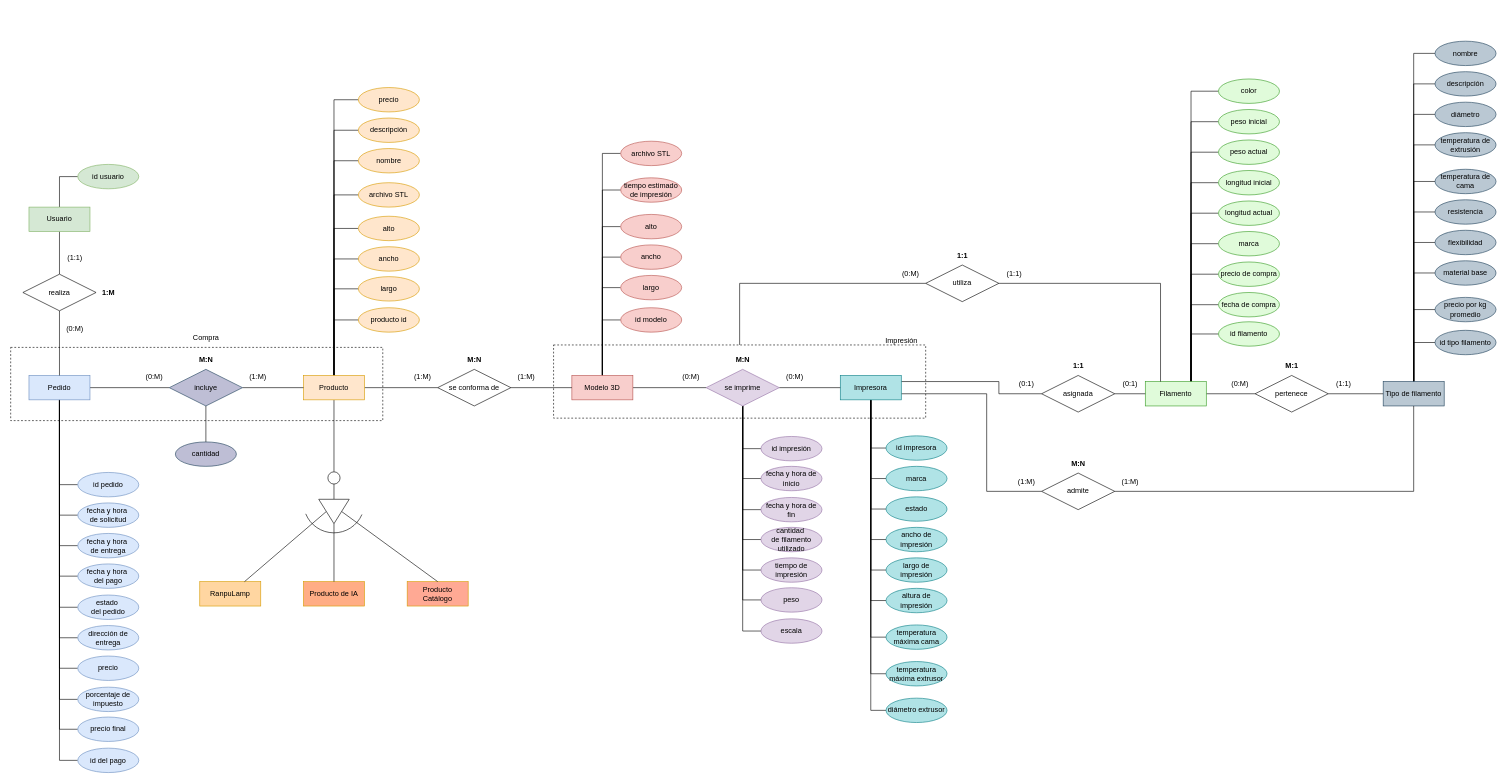
Above: database-diagrams/RanpuDatabaseDiagrams.drawio in RanpuCode/RanpuDocumentation (draw.io), before the change. Source tidied: cells renumbered, new cells numbered last; positions are measured from the earlier drawing's top-left corner, leaving out a move shared by most shapes. Both pictures are drawn from the tidied source at 61%, with x=0, y=0 at pixel (10, 41).
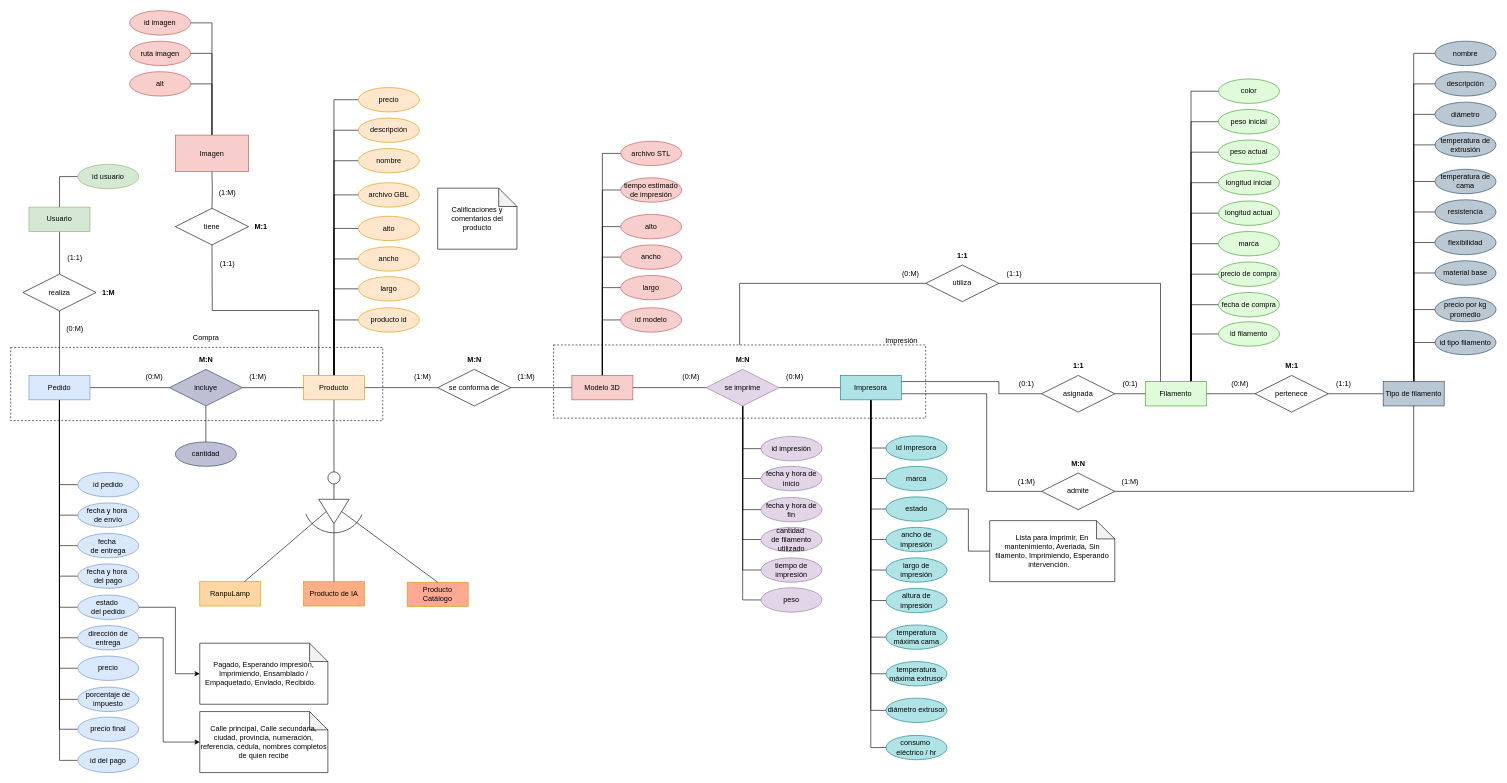
The same page after the edit.

Unchanged cells that the change refers to:
```xml
<mxCell id="14" value="Producto" style="whiteSpace=wrap;html=1;align=center;fillColor=#ffe6cc;strokeColor=#d79b00;" parent="1" vertex="1">
  <mxGeometry x="480" y="548" width="100" height="40" as="geometry" />
</mxCell>
<mxCell id="47" value="Impresora" style="whiteSpace=wrap;html=1;align=center;fillColor=#b0e3e6;strokeColor=#0e8088;" parent="1" vertex="1">
  <mxGeometry x="1360" y="548" width="100" height="40" as="geometry" />
</mxCell>
<mxCell id="119" value="estado" style="ellipse;whiteSpace=wrap;html=1;align=center;fillColor=#b0e3e6;strokeColor=#0e8088;" parent="1" vertex="1">
  <mxGeometry x="1435" y="747" width="100" height="40" as="geometry" />
</mxCell>
<mxCell id="131" value="se imprime" style="shape=rhombus;perimeter=rhombusPerimeter;whiteSpace=wrap;html=1;align=center;fillColor=#e1d5e7;strokeColor=#9673a6;" parent="1" vertex="1">
  <mxGeometry x="1140" y="538" width="120" height="60" as="geometry" />
</mxCell>
<mxCell id="146" value="estado&amp;nbsp;&lt;div&gt;del pedido&lt;/div&gt;" style="ellipse;whiteSpace=wrap;html=1;align=center;fillColor=#dae8fc;strokeColor=#6c8ebf;" parent="1" vertex="1">
  <mxGeometry x="110" y="908" width="100" height="40" as="geometry" />
</mxCell>
<mxCell id="156" value="dirección de entrega" style="ellipse;whiteSpace=wrap;html=1;align=center;fillColor=#dae8fc;strokeColor=#6c8ebf;" parent="1" vertex="1">
  <mxGeometry x="110" y="958" width="100" height="40" as="geometry" />
</mxCell>
```

The edit, as a diff of the source:
```diff
@@
+    <mxCell id="194" style="edgeStyle=orthogonalEdgeStyle;rounded=0;jettySize=auto;html=1;exitX=0.25;exitY=0;exitDx=0;exitDy=0;entryX=0.5;entryY=1;entryDx=0;entryDy=0;endArrow=none;endFill=0;" parent="1" edge="1" source="14">
+      <mxGeometry relative="1" as="geometry">
+        <mxPoint x="330" y="334" as="targetPoint" />
+      </mxGeometry>
+    </mxCell>
@@
     <mxCell id="17" value="Producto Catálogo" style="whiteSpace=wrap;html=1;align=center;fillColor=#FFA994;strokeColor=#d79b00;" parent="1" vertex="1">
-      <mxGeometry x="650" y="886" width="100" height="40" as="geometry" />
+      <mxGeometry x="650" y="887" width="100" height="40" as="geometry" />
     </mxCell>
@@
+    <mxCell id="195" style="edgeStyle=orthogonalEdgeStyle;rounded=0;jettySize=auto;html=1;exitX=0.5;exitY=1;exitDx=0;exitDy=0;entryX=0;entryY=0.5;entryDx=0;entryDy=0;endArrow=none;endFill=0;" parent="1" edge="1" source="47" target="203">
+      <mxGeometry relative="1" as="geometry" />
+    </mxCell>
@@
+    <mxCell id="196" style="edgeStyle=orthogonalEdgeStyle;rounded=0;jettySize=auto;html=1;exitX=1;exitY=0.5;exitDx=0;exitDy=0;endArrow=none;endFill=0;" parent="1" edge="1" source="119" target="202">
+      <mxGeometry relative="1" as="geometry" />
+    </mxCell>
@@
-    <mxCell id="124" style="edgeStyle=orthogonalEdgeStyle;rounded=0;jettySize=auto;html=1;exitX=0.5;exitY=1;exitDx=0;exitDy=0;entryX=0;entryY=0.5;entryDx=0;entryDy=0;endArrow=none;endFill=0;" parent="1" edge="1" source="131" target="173">
-      <mxGeometry relative="1" as="geometry" />
-    </mxCell>
@@
-    <mxCell id="145" value="fecha y hora&amp;nbsp;&lt;div&gt;de solicitud&lt;/div&gt;" style="ellipse;whiteSpace=wrap;html=1;align=center;fillColor=#dae8fc;strokeColor=#6c8ebf;" parent="1" vertex="1">
+    <mxCell id="145" value="fecha y hora&amp;nbsp;&lt;div&gt;de envío&lt;/div&gt;" style="ellipse;whiteSpace=wrap;html=1;align=center;fillColor=#dae8fc;strokeColor=#6c8ebf;" parent="1" vertex="1">
       <mxGeometry x="110" y="757" width="100" height="40" as="geometry" />
     </mxCell>
+    <mxCell id="197" style="edgeStyle=orthogonalEdgeStyle;rounded=0;jettySize=auto;html=1;exitX=1;exitY=0.5;exitDx=0;exitDy=0;entryX=0;entryY=0.5;entryDx=0;entryDy=0;entryPerimeter=0;" parent="1" edge="1" source="146" target="198">
+      <mxGeometry relative="1" as="geometry">
+        <Array as="points">
+          <mxPoint x="270" y="928" />
+          <mxPoint x="270" y="1037" />
+        </Array>
+      </mxGeometry>
+    </mxCell>
@@
-    <mxCell id="149" value="archivo STL" style="ellipse;whiteSpace=wrap;html=1;align=center;fillColor=#ffe6cc;strokeColor=#d79b00;" parent="1" vertex="1">
+    <mxCell id="149" value="archivo GBL" style="ellipse;whiteSpace=wrap;html=1;align=center;fillColor=#ffe6cc;strokeColor=#d79b00;" parent="1" vertex="1">
       <mxGeometry x="570" y="232" width="100" height="40" as="geometry" />
     </mxCell>
@@
-    <mxCell id="160" value="fecha y hora&amp;nbsp;&lt;div&gt;de entrega&lt;/div&gt;" style="ellipse;whiteSpace=wrap;html=1;align=center;fillColor=#dae8fc;strokeColor=#6c8ebf;" parent="1" vertex="1">
+    <mxCell id="160" value="fecha&amp;nbsp;&lt;div&gt;de entrega&lt;/div&gt;" style="ellipse;whiteSpace=wrap;html=1;align=center;fillColor=#dae8fc;strokeColor=#6c8ebf;" parent="1" vertex="1">
       <mxGeometry x="110" y="807" width="100" height="40" as="geometry" />
     </mxCell>
@@
-    <mxCell id="173" value="escala" style="ellipse;whiteSpace=wrap;html=1;align=center;fillColor=#e1d5e7;strokeColor=#9673a6;" parent="1" vertex="1">
-      <mxGeometry x="1230" y="947" width="100" height="40" as="geometry" />
-    </mxCell>
@@
+    <mxCell id="198" value="Pagado, Esperando impresión, Imprimiendo, Ensamblado / Empaquetado, Enviado, Recibido.&amp;nbsp; &amp;nbsp;" style="shape=note;whiteSpace=wrap;html=1;backgroundOutline=1;darkOpacity=0.05;" parent="1" vertex="1">
+      <mxGeometry x="310" y="987" width="210" height="100" as="geometry" />
+    </mxCell>
+    <mxCell id="199" value="Calle principal, Calle secundaria, ciudad, provincia, numeración, referencia, cédula, nombres completos de quien recibe" style="shape=note;whiteSpace=wrap;html=1;backgroundOutline=1;darkOpacity=0.05;" parent="1" vertex="1">
+      <mxGeometry x="310" y="1099" width="210" height="100" as="geometry" />
+    </mxCell>
+    <mxCell id="200" style="edgeStyle=orthogonalEdgeStyle;rounded=0;jettySize=auto;html=1;exitX=1;exitY=0.5;exitDx=0;exitDy=0;entryX=0;entryY=0.5;entryDx=0;entryDy=0;entryPerimeter=0;" parent="1" edge="1" source="156" target="199">
+      <mxGeometry relative="1" as="geometry">
+        <Array as="points">
+          <mxPoint x="250" y="978" />
+          <mxPoint x="250" y="1149" />
+        </Array>
+      </mxGeometry>
+    </mxCell>
+    <mxCell id="201" value="Calificaciones y comentarios del producto" style="shape=note;whiteSpace=wrap;html=1;backgroundOutline=1;darkOpacity=0.05;" parent="1" vertex="1">
+      <mxGeometry x="700" y="241" width="130" height="100" as="geometry" />
+    </mxCell>
+    <mxCell id="202" value="Lista para imprimir, En mantenimiento, Averiada, Sin filamento, Imprimiendo, Esperando intervención.&amp;nbsp; &amp;nbsp;" style="shape=note;whiteSpace=wrap;html=1;backgroundOutline=1;darkOpacity=0.05;" parent="1" vertex="1">
+      <mxGeometry x="1605" y="786" width="205" height="100" as="geometry" />
+    </mxCell>
+    <mxCell id="203" value="consumo&amp;nbsp;&lt;div&gt;eléctrico / hr&lt;/div&gt;" style="ellipse;whiteSpace=wrap;html=1;align=center;fillColor=#b0e3e6;strokeColor=#0e8088;" parent="1" vertex="1">
+      <mxGeometry x="1435" y="1138" width="100" height="40" as="geometry" />
+    </mxCell>
+    <mxCell id="204" style="edgeStyle=orthogonalEdgeStyle;rounded=0;jettySize=auto;html=1;exitX=0.5;exitY=0;exitDx=0;exitDy=0;entryX=1;entryY=0.5;entryDx=0;entryDy=0;endArrow=none;endFill=0;" parent="1" edge="1" source="207" target="208">
+      <mxGeometry relative="1" as="geometry" />
+    </mxCell>
+    <mxCell id="205" style="edgeStyle=orthogonalEdgeStyle;rounded=0;jettySize=auto;html=1;exitX=0.5;exitY=0;exitDx=0;exitDy=0;entryX=1;entryY=0.5;entryDx=0;entryDy=0;endArrow=none;endFill=0;" parent="1" edge="1" source="207" target="209">
+      <mxGeometry relative="1" as="geometry" />
+    </mxCell>
+    <mxCell id="206" style="edgeStyle=orthogonalEdgeStyle;rounded=0;jettySize=auto;html=1;exitX=0.5;exitY=0;exitDx=0;exitDy=0;entryX=1;entryY=0.5;entryDx=0;entryDy=0;endArrow=none;endFill=0;" parent="1" edge="1" source="207" target="210">
+      <mxGeometry relative="1" as="geometry" />
+    </mxCell>
+    <mxCell id="207" value="Imagen" style="rounded=0;whiteSpace=wrap;html=1;fillColor=#f8cecc;strokeColor=#b85450;" parent="1" vertex="1">
+      <mxGeometry x="270" y="154" width="120" height="60" as="geometry" />
+    </mxCell>
+    <mxCell id="208" value="id imagen" style="ellipse;whiteSpace=wrap;html=1;align=center;fillColor=#f8cecc;strokeColor=#b85450;" parent="1" vertex="1">
+      <mxGeometry x="195" y="-50" width="100" height="40" as="geometry" />
+    </mxCell>
+    <mxCell id="209" value="ruta imagen" style="ellipse;whiteSpace=wrap;html=1;align=center;fillColor=#f8cecc;strokeColor=#b85450;" parent="1" vertex="1">
+      <mxGeometry x="195" width="100" height="40" as="geometry" />
+    </mxCell>
+    <mxCell id="210" value="alt" style="ellipse;whiteSpace=wrap;html=1;align=center;fillColor=#f8cecc;strokeColor=#b85450;" parent="1" vertex="1">
+      <mxGeometry x="195" y="50" width="100" height="40" as="geometry" />
+    </mxCell>
+    <mxCell id="211" style="edgeStyle=orthogonalEdgeStyle;rounded=0;jettySize=auto;html=1;exitX=0.5;exitY=0;exitDx=0;exitDy=0;entryX=0.5;entryY=1;entryDx=0;entryDy=0;endArrow=none;endFill=0;" parent="1" edge="1" target="207">
+      <mxGeometry relative="1" as="geometry">
+        <mxPoint x="330" y="274" as="sourcePoint" />
+      </mxGeometry>
+    </mxCell>
+    <mxCell id="212" value="(1:M)" style="text;html=1;align=center;verticalAlign=middle;strokeColor=none;fillColor=none;" parent="1" vertex="1">
+      <mxGeometry x="330" y="234" width="50" height="30" as="geometry" />
+    </mxCell>
+    <mxCell id="213" value="M:1" style="text;html=1;align=center;verticalAlign=middle;strokeColor=none;fillColor=none;fontStyle=1;fontColor=#000000;" parent="1" vertex="1">
+      <mxGeometry x="390" y="290" width="40" height="30" as="geometry" />
+    </mxCell>
+    <mxCell id="214" value="(1:1)" style="text;html=1;align=center;verticalAlign=middle;strokeColor=none;fillColor=none;" parent="1" vertex="1">
+      <mxGeometry x="330" y="350" width="50" height="30" as="geometry" />
+    </mxCell>
+    <mxCell id="215" value="tiene" style="shape=rhombus;perimeter=rhombusPerimeter;whiteSpace=wrap;html=1;align=center;" parent="1" vertex="1">
+      <mxGeometry x="270" y="274" width="120" height="60" as="geometry" />
+    </mxCell>
```
